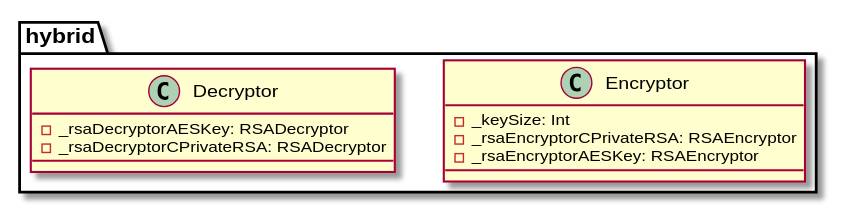
Earlier version of the PlantUML export architecture/class_diagrams/crypto/hybrid.svg (bierschi/butterfly). Its diagram source:
```plantuml
@startuml
package hybrid {

class Encryptor {
    - _keySize: Int
    - _rsaEncryptorCPrivateRSA: RSAEncryptor
    - _rsaEncryptorAESKey: RSAEncryptor
}

class Decryptor {

    -_rsaDecryptorAESKey: RSADecryptor
    -_rsaDecryptorCPrivateRSA: RSADecryptor
}

}
@enduml
```
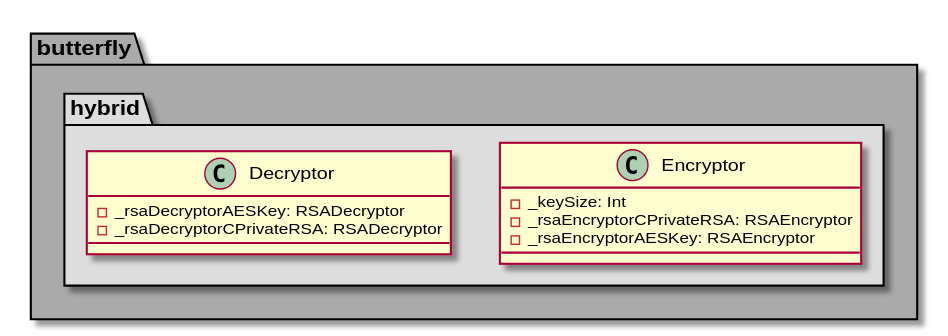
The same diagram one commit later.

What changed in the source:
```diff
@@ -1,17 +1,26 @@
 @startuml
-package hybrid {
 
-class Encryptor {
+package butterfly #AAAAAA
+{
+
+package hybrid #DDDDDD
+{
+
+class Encryptor
+{
     - _keySize: Int
     - _rsaEncryptorCPrivateRSA: RSAEncryptor
     - _rsaEncryptorAESKey: RSAEncryptor
 }
 
-class Decryptor {
+class Decryptor
+{
 
     -_rsaDecryptorAESKey: RSADecryptor
     -_rsaDecryptorCPrivateRSA: RSADecryptor
 }
 
 }
+
+}
 @enduml
```
